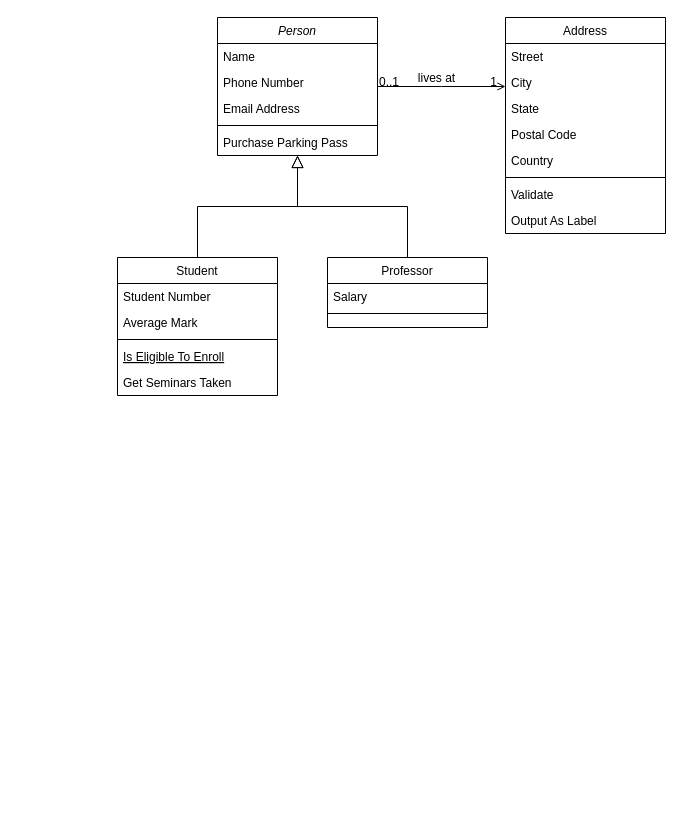
Earlier version of the draw.io diagram QLKS.drawio (sil-main-coo/classrooms_manager). Source tidied: cells renumbered, new cells numbered last; positions are measured from the earlier drawing's top-left corner, leaving out a move shared by most shapes. Both pictures are drawn from the tidied source at 100%, with x=0, y=0 at pixel (117, 17).
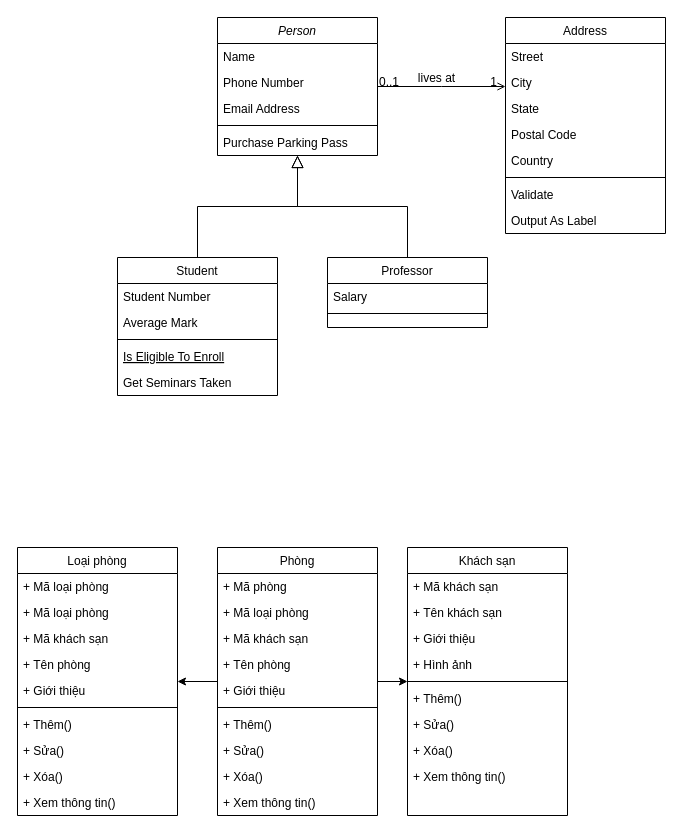
The same diagram, later.

The edit, as a diff of the source:
```diff
@@
+    <mxCell id="32" style="edgeStyle=orthogonalEdgeStyle;rounded=0;jettySize=auto;html=1;" parent="1" edge="1" source="34" target="45">
+      <mxGeometry relative="1" as="geometry" />
+    </mxCell>
+    <mxCell id="33" style="edgeStyle=orthogonalEdgeStyle;rounded=0;jettySize=auto;html=1;" parent="1" edge="1" source="34" target="55">
+      <mxGeometry relative="1" as="geometry" />
+    </mxCell>
+    <mxCell id="34" value="Phòng" style="swimlane;fontStyle=0;align=center;verticalAlign=top;horizontal=1;startSize=26;rounded=0;shadow=0;strokeWidth=1;" parent="1" vertex="1">
+      <mxGeometry x="100" y="530" width="160" height="268" as="geometry" />
+    </mxCell>
+    <mxCell id="35" value="+ Mã phòng" style="text;align=left;verticalAlign=top;spacingLeft=4;spacingRight=4;overflow=hidden;" parent="34" vertex="1">
+      <mxGeometry y="26" width="160" height="26" as="geometry" />
+    </mxCell>
+    <mxCell id="36" value="+ Mã loại phòng" style="text;align=left;verticalAlign=top;spacingLeft=4;spacingRight=4;overflow=hidden;" parent="34" vertex="1">
+      <mxGeometry y="52" width="160" height="26" as="geometry" />
+    </mxCell>
+    <mxCell id="37" value="+ Mã khách sạn" style="text;align=left;verticalAlign=top;spacingLeft=4;spacingRight=4;overflow=hidden;" parent="34" vertex="1">
+      <mxGeometry y="78" width="160" height="26" as="geometry" />
+    </mxCell>
+    <mxCell id="38" value="+ Tên phòng" style="text;align=left;verticalAlign=top;spacingLeft=4;spacingRight=4;overflow=hidden;rounded=0;shadow=0;html=0;" parent="34" vertex="1">
+      <mxGeometry y="104" width="160" height="26" as="geometry" />
+    </mxCell>
+    <mxCell id="39" value="+ Giới thiệu" style="text;align=left;verticalAlign=top;spacingLeft=4;spacingRight=4;overflow=hidden;rounded=0;shadow=0;html=0;" parent="34" vertex="1">
+      <mxGeometry y="130" width="160" height="26" as="geometry" />
+    </mxCell>
+    <mxCell id="40" style="line;html=1;strokeWidth=1;align=left;verticalAlign=middle;spacingTop=-1;spacingLeft=3;spacingRight=3;labelPosition=right;" parent="34" vertex="1">
+      <mxGeometry y="156" width="160" height="8" as="geometry" />
+    </mxCell>
+    <mxCell id="41" value="+ Thêm()" style="text;align=left;verticalAlign=top;spacingLeft=4;spacingRight=4;overflow=hidden;" parent="34" vertex="1">
+      <mxGeometry y="164" width="160" height="26" as="geometry" />
+    </mxCell>
+    <mxCell id="42" value="+ Sửa()" style="text;align=left;verticalAlign=top;spacingLeft=4;spacingRight=4;overflow=hidden;" parent="34" vertex="1">
+      <mxGeometry y="190" width="160" height="26" as="geometry" />
+    </mxCell>
+    <mxCell id="43" value="+ Xóa()" style="text;align=left;verticalAlign=top;spacingLeft=4;spacingRight=4;overflow=hidden;" parent="34" vertex="1">
+      <mxGeometry y="216" width="160" height="26" as="geometry" />
+    </mxCell>
+    <mxCell id="44" value="+ Xem thông tin()" style="text;align=left;verticalAlign=top;spacingLeft=4;spacingRight=4;overflow=hidden;" parent="34" vertex="1">
+      <mxGeometry y="242" width="160" height="26" as="geometry" />
+    </mxCell>
+    <mxCell id="45" value="Khách sạn" style="swimlane;fontStyle=0;align=center;verticalAlign=top;horizontal=1;startSize=26;rounded=0;shadow=0;strokeWidth=1;" parent="1" vertex="1">
+      <mxGeometry x="290" y="530" width="160" height="268" as="geometry" />
+    </mxCell>
+    <mxCell id="46" value="+ Mã khách sạn" style="text;align=left;verticalAlign=top;spacingLeft=4;spacingRight=4;overflow=hidden;" parent="45" vertex="1">
+      <mxGeometry y="26" width="160" height="26" as="geometry" />
+    </mxCell>
+    <mxCell id="47" value="+ Tên khách sạn" style="text;align=left;verticalAlign=top;spacingLeft=4;spacingRight=4;overflow=hidden;" parent="45" vertex="1">
+      <mxGeometry y="52" width="160" height="26" as="geometry" />
+    </mxCell>
+    <mxCell id="48" value="+ Giới thiệu" style="text;align=left;verticalAlign=top;spacingLeft=4;spacingRight=4;overflow=hidden;rounded=0;shadow=0;html=0;" parent="45" vertex="1">
+      <mxGeometry y="78" width="160" height="26" as="geometry" />
+    </mxCell>
+    <mxCell id="49" value="+ Hình ảnh" style="text;align=left;verticalAlign=top;spacingLeft=4;spacingRight=4;overflow=hidden;rounded=0;shadow=0;html=0;" parent="45" vertex="1">
+      <mxGeometry y="104" width="160" height="26" as="geometry" />
+    </mxCell>
+    <mxCell id="50" style="line;html=1;strokeWidth=1;align=left;verticalAlign=middle;spacingTop=-1;spacingLeft=3;spacingRight=3;labelPosition=right;" parent="45" vertex="1">
+      <mxGeometry y="130" width="160" height="8" as="geometry" />
+    </mxCell>
+    <mxCell id="51" value="+ Thêm()" style="text;align=left;verticalAlign=top;spacingLeft=4;spacingRight=4;overflow=hidden;" parent="45" vertex="1">
+      <mxGeometry y="138" width="160" height="26" as="geometry" />
+    </mxCell>
+    <mxCell id="52" value="+ Sửa()" style="text;align=left;verticalAlign=top;spacingLeft=4;spacingRight=4;overflow=hidden;" parent="45" vertex="1">
+      <mxGeometry y="164" width="160" height="26" as="geometry" />
+    </mxCell>
+    <mxCell id="53" value="+ Xóa()" style="text;align=left;verticalAlign=top;spacingLeft=4;spacingRight=4;overflow=hidden;" parent="45" vertex="1">
+      <mxGeometry y="190" width="160" height="26" as="geometry" />
+    </mxCell>
+    <mxCell id="54" value="+ Xem thông tin()" style="text;align=left;verticalAlign=top;spacingLeft=4;spacingRight=4;overflow=hidden;" parent="45" vertex="1">
+      <mxGeometry y="216" width="160" height="26" as="geometry" />
+    </mxCell>
+    <mxCell id="55" value="Loại phòng" style="swimlane;fontStyle=0;align=center;verticalAlign=top;horizontal=1;startSize=26;rounded=0;shadow=0;strokeWidth=1;" parent="1" vertex="1">
+      <mxGeometry x="-100" y="530" width="160" height="268" as="geometry" />
+    </mxCell>
+    <mxCell id="56" value="+ Mã loại phòng" style="text;align=left;verticalAlign=top;spacingLeft=4;spacingRight=4;overflow=hidden;" parent="55" vertex="1">
+      <mxGeometry y="26" width="160" height="26" as="geometry" />
+    </mxCell>
+    <mxCell id="57" value="+ Mã loại phòng" style="text;align=left;verticalAlign=top;spacingLeft=4;spacingRight=4;overflow=hidden;" parent="55" vertex="1">
+      <mxGeometry y="52" width="160" height="26" as="geometry" />
+    </mxCell>
+    <mxCell id="58" value="+ Mã khách sạn" style="text;align=left;verticalAlign=top;spacingLeft=4;spacingRight=4;overflow=hidden;" parent="55" vertex="1">
+      <mxGeometry y="78" width="160" height="26" as="geometry" />
+    </mxCell>
+    <mxCell id="59" value="+ Tên phòng" style="text;align=left;verticalAlign=top;spacingLeft=4;spacingRight=4;overflow=hidden;rounded=0;shadow=0;html=0;" parent="55" vertex="1">
+      <mxGeometry y="104" width="160" height="26" as="geometry" />
+    </mxCell>
+    <mxCell id="60" value="+ Giới thiệu" style="text;align=left;verticalAlign=top;spacingLeft=4;spacingRight=4;overflow=hidden;rounded=0;shadow=0;html=0;" parent="55" vertex="1">
+      <mxGeometry y="130" width="160" height="26" as="geometry" />
+    </mxCell>
+    <mxCell id="61" style="line;html=1;strokeWidth=1;align=left;verticalAlign=middle;spacingTop=-1;spacingLeft=3;spacingRight=3;labelPosition=right;" parent="55" vertex="1">
+      <mxGeometry y="156" width="160" height="8" as="geometry" />
+    </mxCell>
+    <mxCell id="62" value="+ Thêm()" style="text;align=left;verticalAlign=top;spacingLeft=4;spacingRight=4;overflow=hidden;" parent="55" vertex="1">
+      <mxGeometry y="164" width="160" height="26" as="geometry" />
+    </mxCell>
+    <mxCell id="63" value="+ Sửa()" style="text;align=left;verticalAlign=top;spacingLeft=4;spacingRight=4;overflow=hidden;" parent="55" vertex="1">
+      <mxGeometry y="190" width="160" height="26" as="geometry" />
+    </mxCell>
+    <mxCell id="64" value="+ Xóa()" style="text;align=left;verticalAlign=top;spacingLeft=4;spacingRight=4;overflow=hidden;" parent="55" vertex="1">
+      <mxGeometry y="216" width="160" height="26" as="geometry" />
+    </mxCell>
+    <mxCell id="65" value="+ Xem thông tin()" style="text;align=left;verticalAlign=top;spacingLeft=4;spacingRight=4;overflow=hidden;" parent="55" vertex="1">
+      <mxGeometry y="242" width="160" height="26" as="geometry" />
+    </mxCell>
```
